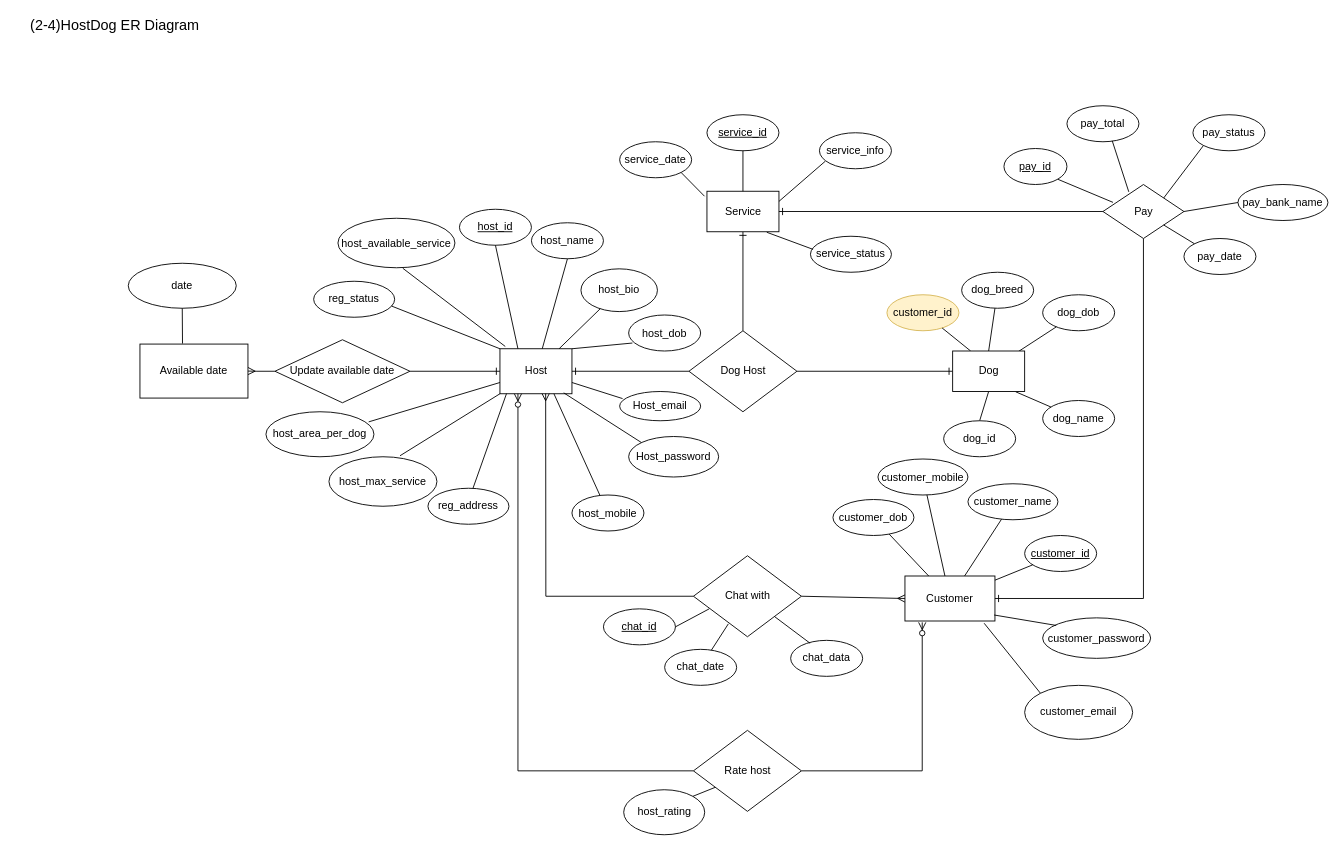
Earlier version of the draw.io diagram page "Copy of Page-1" (2 of 2) of ProjectProcesses/HostDog_6ERD/ERD.drawio (Hostdogs/Project_Hostdog). Source tidied: cells renumbered, new cells numbered last; positions are measured from the earlier drawing's top-left corner, leaving out a move shared by most shapes. Both pictures are drawn from the tidied source at 90%, with x=0, y=0 at pixel (15, 15).
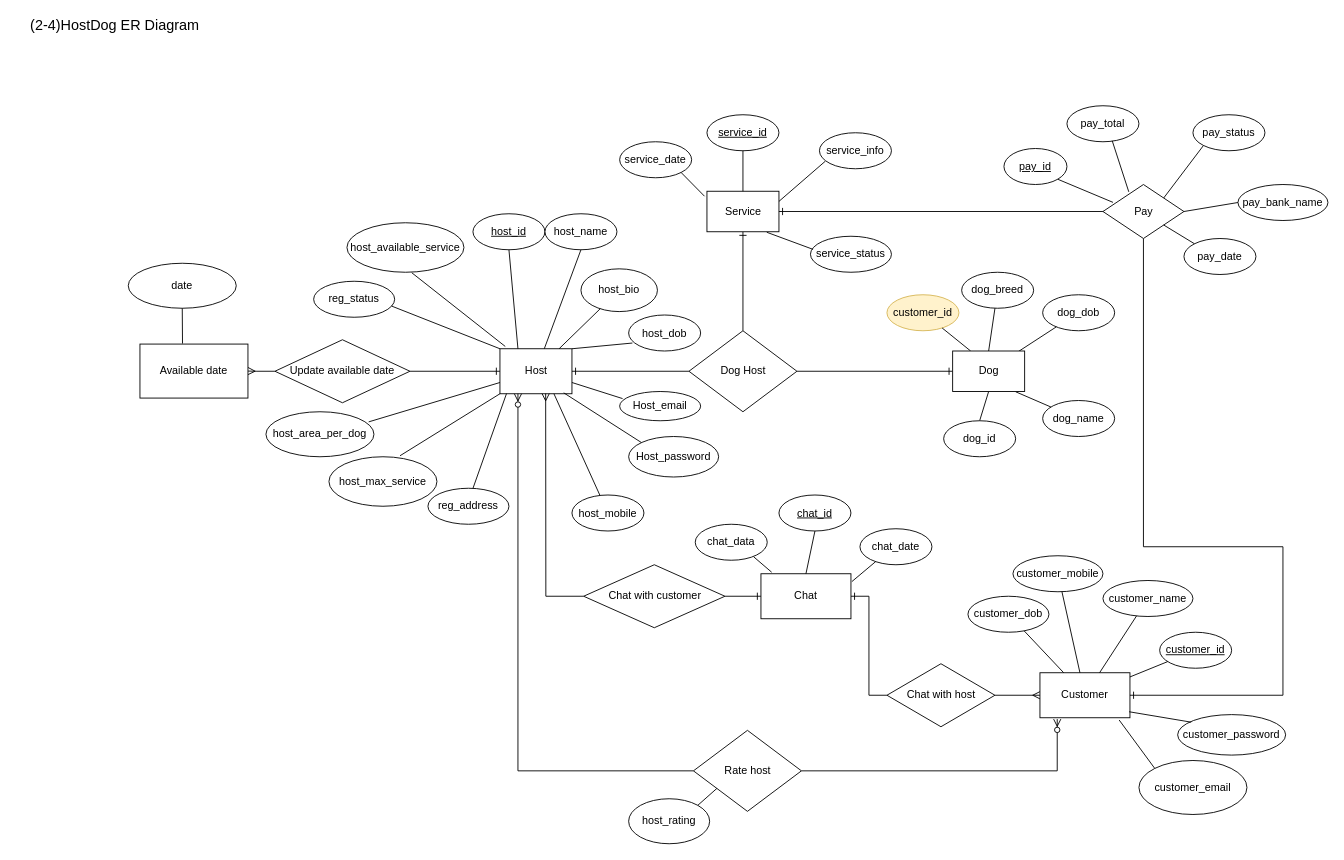
After the change.

Unchanged cells that the change refers to:
```xml
<mxCell id="81" value="Pay" style="shape=rhombus;html=1;dashed=0;whitespace=wrap;perimeter=rhombusPerimeter;" parent="1" vertex="1">
  <mxGeometry x="1208" y="187.5" width="90" height="60" as="geometry" />
</mxCell>
```

Diff of the diagram source:
```diff
@@
+    <mxCell id="98" style="edgeStyle=orthogonalEdgeStyle;rounded=0;jettySize=auto;html=1;entryX=1;entryY=0.5;entryDx=0;entryDy=0;startArrow=ERmany;startFill=0;endArrow=none;endFill=0;" parent="1" edge="1" source="8" target="102">
+      <mxGeometry relative="1" as="geometry" />
+    </mxCell>
     <mxCell id="8" value="Customer" style="whiteSpace=wrap;html=1;dashed=0;" parent="1" vertex="1">
-      <mxGeometry x="988" y="622.5" width="100" height="50" as="geometry" />
+      <mxGeometry x="1138" y="730" width="100" height="50" as="geometry" />
     </mxCell>
     <mxCell id="9" value="&lt;u&gt;host_id&lt;/u&gt;" style="ellipse;whiteSpace=wrap;html=1;align=center;" parent="1" vertex="1">
-      <mxGeometry x="493" y="215" width="80" height="40" as="geometry" />
+      <mxGeometry x="508" y="220" width="80" height="40" as="geometry" />
     </mxCell>
     <mxCell id="10" value="&lt;u&gt;customer_id&lt;/u&gt;" style="ellipse;whiteSpace=wrap;html=1;align=center;" parent="1" vertex="1">
-      <mxGeometry x="1121" y="577.5" width="80" height="40" as="geometry" />
+      <mxGeometry x="1271" y="685" width="80" height="40" as="geometry" />
     </mxCell>
     <mxCell id="11" value="host_name" style="ellipse;whiteSpace=wrap;html=1;align=center;" parent="1" vertex="1">
-      <mxGeometry x="573" y="230" width="80" height="40" as="geometry" />
+      <mxGeometry x="588" y="220" width="80" height="40" as="geometry" />
     </mxCell>
@@
     <mxCell id="13" value="customer_name" style="ellipse;whiteSpace=wrap;html=1;align=center;" parent="1" vertex="1">
-      <mxGeometry x="1058" y="520" width="100" height="40" as="geometry" />
+      <mxGeometry x="1208" y="627.5" width="100" height="40" as="geometry" />
     </mxCell>
     <mxCell id="14" value="customer_mobile" style="ellipse;whiteSpace=wrap;html=1;align=center;" parent="1" vertex="1">
-      <mxGeometry x="958" y="492.5" width="100" height="40" as="geometry" />
+      <mxGeometry x="1108" y="600" width="100" height="40" as="geometry" />
     </mxCell>
     <mxCell id="15" value="customer_dob" style="ellipse;whiteSpace=wrap;html=1;align=center;" parent="1" vertex="1">
-      <mxGeometry x="908" y="537.5" width="90" height="40" as="geometry" />
+      <mxGeometry x="1058" y="645" width="90" height="40" as="geometry" />
     </mxCell>
@@
     <mxCell id="22" style="edgeStyle=orthogonalEdgeStyle;rounded=0;jettySize=auto;html=1;entryX=1;entryY=0.5;entryDx=0;entryDy=0;startArrow=none;startFill=0;endArrow=ERone;endFill=0;exitX=0.5;exitY=1;exitDx=0;exitDy=0;" parent="1" edge="1" source="81" target="8">
       <mxGeometry relative="1" as="geometry">
         <Array as="points">
-          <mxPoint x="1253" y="648" />
+          <mxPoint x="1253" y="590" />
+          <mxPoint x="1408" y="590" />
+          <mxPoint x="1408" y="755" />
         </Array>
       </mxGeometry>
     </mxCell>
@@
+    <mxCell id="99" style="edgeStyle=orthogonalEdgeStyle;rounded=0;jettySize=auto;html=1;entryX=0;entryY=0.5;entryDx=0;entryDy=0;startArrow=none;startFill=0;endArrow=ERone;endFill=0;" parent="1" edge="1" source="27" target="101">
+      <mxGeometry relative="1" as="geometry" />
+    </mxCell>
-    <mxCell id="27" value="Chat with" style="shape=rhombus;html=1;dashed=0;whitespace=wrap;perimeter=rhombusPerimeter;" parent="1" vertex="1">
-      <mxGeometry x="753" y="600" width="120" height="90" as="geometry" />
+    <mxCell id="27" value="Chat with customer" style="shape=rhombus;html=1;dashed=0;whitespace=wrap;perimeter=rhombusPerimeter;" parent="1" vertex="1">
+      <mxGeometry x="631" y="610" width="157" height="70" as="geometry" />
     </mxCell>
@@
-    <mxCell id="29" style="endArrow=ERmany;html=1;exitX=1;exitY=0.5;exitDx=0;exitDy=0;startArrow=none;startFill=0;endFill=0;entryX=0;entryY=0.5;entryDx=0;entryDy=0;" parent="1" edge="1" source="27" target="8">
-      <mxGeometry relative="1" as="geometry" />
-    </mxCell>
     <mxCell id="30" value="&lt;u&gt;chat_id&lt;/u&gt;" style="ellipse;whiteSpace=wrap;html=1;align=center;" parent="1" vertex="1">
-      <mxGeometry x="653" y="659" width="80" height="40" as="geometry" />
+      <mxGeometry x="848" y="532.5" width="80" height="40" as="geometry" />
     </mxCell>
     <mxCell id="31" value="chat_date" style="ellipse;whiteSpace=wrap;html=1;align=center;" parent="1" vertex="1">
-      <mxGeometry x="721" y="704" width="80" height="40" as="geometry" />
+      <mxGeometry x="938" y="570" width="80" height="40" as="geometry" />
     </mxCell>
@@
     <mxCell id="34" value="chat_data" style="ellipse;whiteSpace=wrap;html=1;align=center;" parent="1" vertex="1">
-      <mxGeometry x="861" y="694" width="80" height="40" as="geometry" />
+      <mxGeometry x="755" y="565" width="80" height="40" as="geometry" />
     </mxCell>
@@
     <mxCell id="42" value="&lt;span id=&quot;docs-internal-guid-3b901246-7fff-6723-a0c8-969ffe5aafd9&quot;&gt;&lt;span style=&quot;font-size: 9pt ; font-family: &amp;#34;arial&amp;#34; ; vertical-align: baseline&quot;&gt;host_available_service&lt;/span&gt;&lt;/span&gt;" style="ellipse;whiteSpace=wrap;html=1;" parent="1" vertex="1">
-      <mxGeometry x="358" y="225" width="130" height="55" as="geometry" />
+      <mxGeometry x="368" y="230" width="130" height="55" as="geometry" />
     </mxCell>
@@
-    <mxCell id="46" style="endArrow=none;html=1;exitX=1;exitY=0.5;exitDx=0;exitDy=0;" parent="1" edge="1" source="30">
-      <mxGeometry relative="1" as="geometry">
-        <mxPoint x="770.5" y="659" as="targetPoint" />
-      </mxGeometry>
-    </mxCell>
-    <mxCell id="47" style="endArrow=none;html=1;entryX=0.323;entryY=0.841;entryDx=0;entryDy=0;entryPerimeter=0;" parent="1" edge="1" source="31" target="27">
-      <mxGeometry relative="1" as="geometry" />
-    </mxCell>
-    <mxCell id="48" style="endArrow=none;html=1;exitX=0.27;exitY=0.08;exitDx=0;exitDy=0;exitPerimeter=0;" parent="1" edge="1" source="34" target="27">
-      <mxGeometry relative="1" as="geometry" />
-    </mxCell>
@@
     <mxCell id="61" value="customer_password" style="ellipse;whiteSpace=wrap;html=1;" parent="1" vertex="1">
-      <mxGeometry x="1141" y="669" width="120" height="45" as="geometry" />
+      <mxGeometry x="1291" y="776.5" width="120" height="45" as="geometry" />
     </mxCell>
     <mxCell id="62" value="&lt;span id=&quot;docs-internal-guid-3e81bcba-7fff-f8fd-df1f-2f7f9c384fce&quot;&gt;&lt;span style=&quot;font-size: 9pt ; font-family: &amp;#34;arial&amp;#34; ; vertical-align: baseline&quot;&gt;customer_email&lt;/span&gt;&lt;/span&gt;" style="ellipse;whiteSpace=wrap;html=1;" parent="1" vertex="1">
-      <mxGeometry x="1121" y="744" width="120" height="60" as="geometry" />
+      <mxGeometry x="1248" y="827.5" width="120" height="60" as="geometry" />
     </mxCell>
@@
     <mxCell id="65" value="host_rating" style="ellipse;whiteSpace=wrap;html=1;" parent="1" vertex="1">
-      <mxGeometry x="675.5" y="860" width="90" height="50" as="geometry" />
+      <mxGeometry x="681" y="870" width="90" height="50" as="geometry" />
     </mxCell>
@@
+    <mxCell id="100" style="edgeStyle=orthogonalEdgeStyle;rounded=0;jettySize=auto;html=1;entryX=0;entryY=0.5;entryDx=0;entryDy=0;startArrow=ERone;startFill=0;endArrow=none;endFill=0;" parent="1" edge="1" source="101" target="102">
+      <mxGeometry relative="1" as="geometry" />
+    </mxCell>
+    <mxCell id="101" value="Chat" style="whiteSpace=wrap;html=1;dashed=0;" parent="1" vertex="1">
+      <mxGeometry x="828" y="620" width="100" height="50" as="geometry" />
+    </mxCell>
+    <mxCell id="102" value="Chat with host" style="shape=rhombus;html=1;dashed=0;whitespace=wrap;perimeter=rhombusPerimeter;" parent="1" vertex="1">
+      <mxGeometry x="968" y="720" width="120" height="70" as="geometry" />
+    </mxCell>
+    <mxCell id="103" style="endArrow=none;html=1;entryX=0.811;entryY=0.904;entryDx=0;entryDy=0;entryPerimeter=0;exitX=0.119;exitY=-0.034;exitDx=0;exitDy=0;exitPerimeter=0;" parent="1" edge="1" source="101" target="34">
+      <mxGeometry relative="1" as="geometry" />
+    </mxCell>
+    <mxCell id="104" style="endArrow=none;html=1;entryX=0.5;entryY=1;entryDx=0;entryDy=0;exitX=0.5;exitY=0;exitDx=0;exitDy=0;" parent="1" edge="1" source="101" target="30">
+      <mxGeometry relative="1" as="geometry" />
+    </mxCell>
+    <mxCell id="105" style="endArrow=none;html=1;entryX=0.22;entryY=0.91;entryDx=0;entryDy=0;exitX=1.01;exitY=0.175;exitDx=0;exitDy=0;entryPerimeter=0;exitPerimeter=0;" parent="1" edge="1" source="101" target="31">
+      <mxGeometry relative="1" as="geometry" />
+    </mxCell>
```
